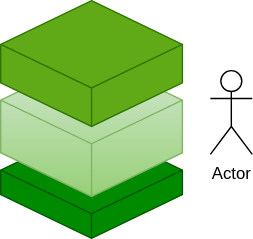
JanMaackKjerbye/public-slides keeps this draw.io diagram as img/stack.drawio.svg. Above is the earlier version. Source tidied: cells renumbered, new cells last; positions are measured from the earlier drawing's top-left corner, leaving out a move shared by most shapes.
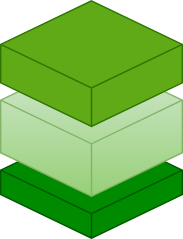
After the change.

Change to the diagram source:
```diff
@@ -11,8 +11,5 @@
     <mxCell id="4" style="html=1;whiteSpace=wrap;shape=isoCube2;backgroundOutline=1;isoAngle=15;fillColor=#60a917;fontColor=#ffffff;strokeColor=#2D7600;" parent="1" vertex="1">
       <mxGeometry width="130" height="90" as="geometry" />
     </mxCell>
-    <mxCell id="5" value="Actor" style="shape=umlActor;verticalLabelPosition=bottom;verticalAlign=top;html=1;" parent="1" vertex="1">
-      <mxGeometry x="150" y="50" width="30" height="60" as="geometry" />
-    </mxCell>
   </root>
 </mxGraphModel>
```
